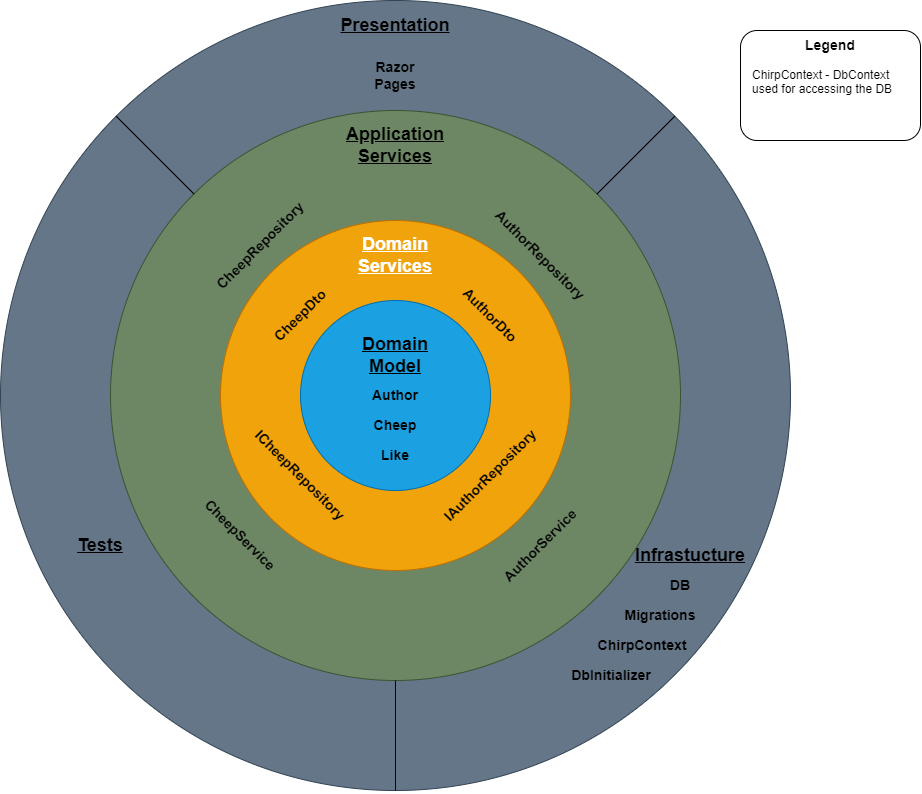
ITU-BDSA23-GROUP21/Chirp keeps this draw.io diagram as docs/images/OnionArchitecture.drawio.png. Above is the earlier version. Source tidied: cells renumbered, new cells last; positions are measured from the earlier drawing's top-left corner, leaving out a move shared by most shapes.
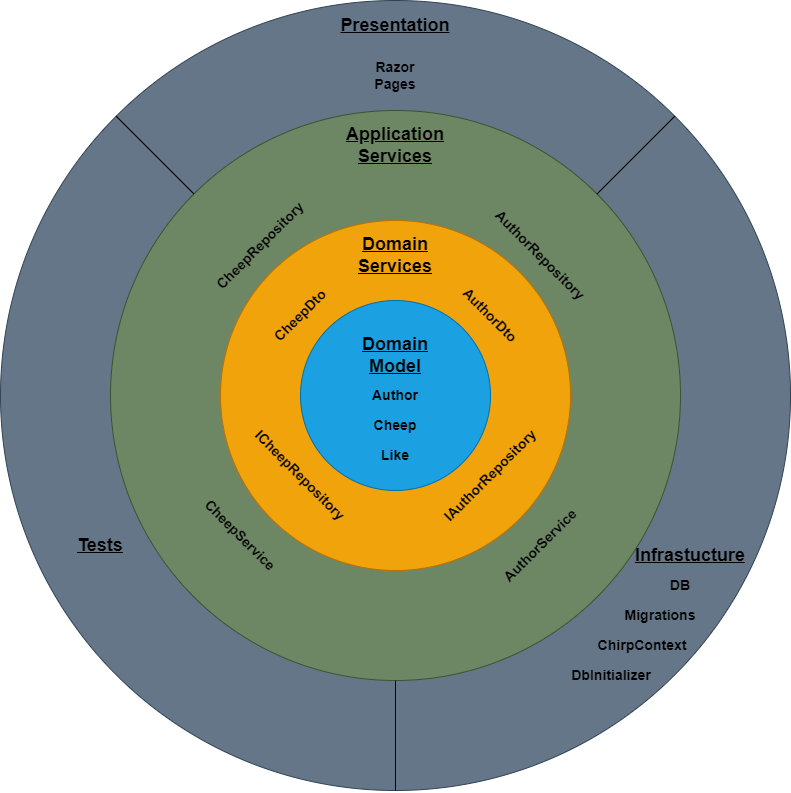
Above is the later version.

The edit, as a diff of the source:
```diff
@@ -26,7 +26,7 @@
     <mxCell id="9" value="&lt;h3&gt;Like&lt;/h3&gt;" style="text;html=1;strokeColor=none;fillColor=none;align=center;verticalAlign=middle;whiteSpace=wrap;rounded=0;" parent="1" vertex="1">
       <mxGeometry x="365" y="440" width="60" height="30" as="geometry" />
     </mxCell>
-    <mxCell id="10" value="&lt;h2&gt;Domain Services&lt;/h2&gt;" style="text;html=1;strokeColor=none;fillColor=none;align=center;verticalAlign=middle;whiteSpace=wrap;rounded=0;fontStyle=4;labelBorderColor=none;fontColor=#FFFFFF;" parent="1" vertex="1">
+    <mxCell id="10" value="&lt;h2&gt;Domain Services&lt;/h2&gt;" style="text;html=1;strokeColor=none;fillColor=none;align=center;verticalAlign=middle;whiteSpace=wrap;rounded=0;fontStyle=4;labelBorderColor=none;fontColor=#000000;" parent="1" vertex="1">
       <mxGeometry x="365" y="240" width="60" height="30" as="geometry" />
     </mxCell>
     <mxCell id="11" value="&lt;h3&gt;AuthorDto&lt;/h3&gt;" style="text;html=1;strokeColor=none;fillColor=none;align=center;verticalAlign=middle;whiteSpace=wrap;rounded=0;rotation=45;" parent="1" vertex="1">
@@ -89,14 +89,5 @@
     <mxCell id="30" value="&lt;h3&gt;DB&lt;/h3&gt;" style="text;html=1;strokeColor=none;fillColor=none;align=center;verticalAlign=middle;whiteSpace=wrap;rounded=0;" parent="1" vertex="1">
       <mxGeometry x="650" y="570" width="60" height="30" as="geometry" />
     </mxCell>
-    <mxCell id="31" style="rounded=1;whiteSpace=wrap;html=1;" parent="1" vertex="1">
-      <mxGeometry x="740" y="30" width="180" height="110" as="geometry" />
-    </mxCell>
-    <mxCell id="32" value="&lt;h3&gt;Legend&lt;/h3&gt;" style="text;html=1;strokeColor=none;fillColor=none;align=center;verticalAlign=middle;whiteSpace=wrap;rounded=0;" parent="1" vertex="1">
-      <mxGeometry x="800" y="30" width="60" height="30" as="geometry" />
-    </mxCell>
-    <mxCell id="33" value="ChirpContext - DbContext used for accessing the DB" style="text;html=1;strokeColor=none;fillColor=none;align=left;verticalAlign=top;whiteSpace=wrap;rounded=0;" parent="1" vertex="1">
-      <mxGeometry x="750" y="61" width="160" height="69" as="geometry" />
-    </mxCell>
   </root>
 </mxGraphModel>
```
